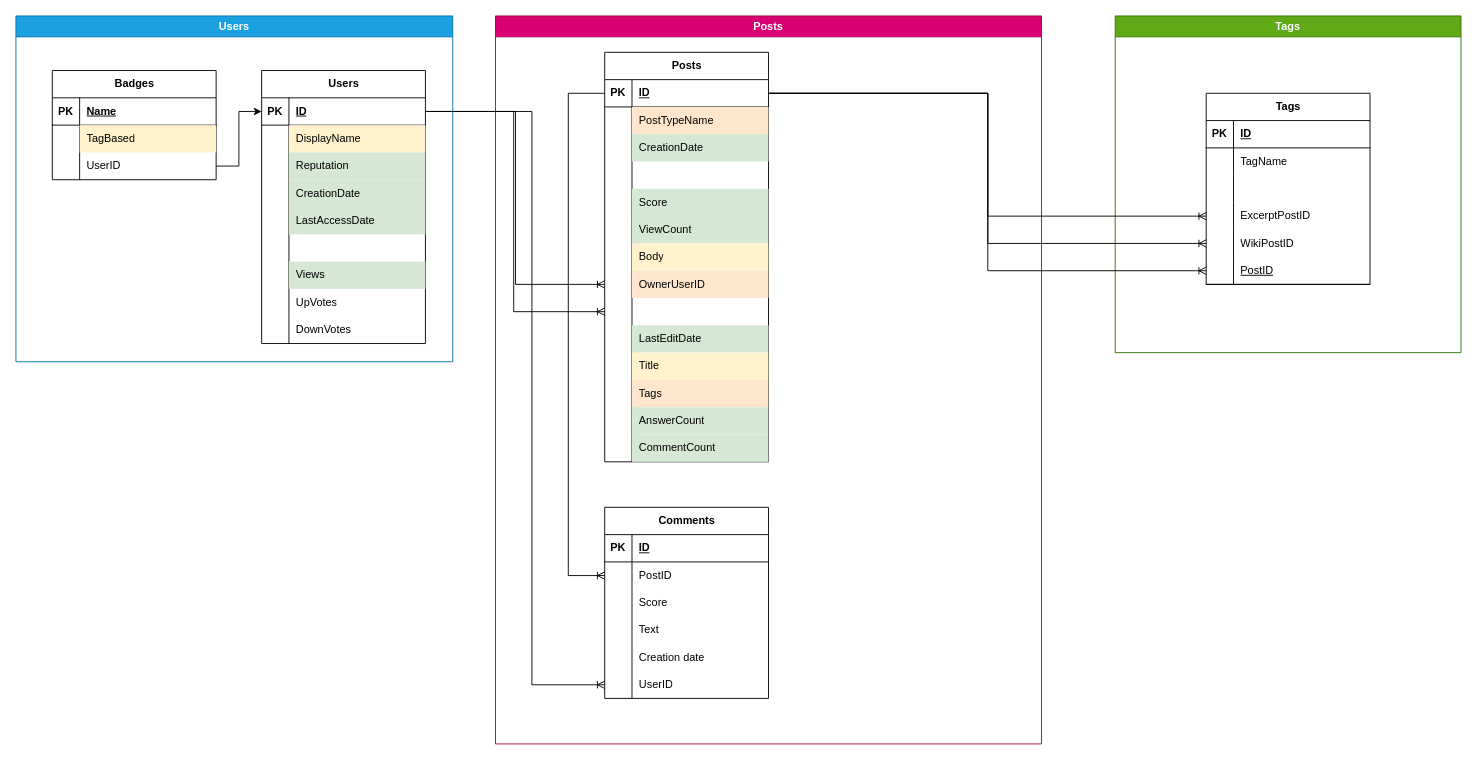
Above: DB.drawio in IvanovTD06/SP-01 (draw.io), before the change. Source tidied: cells renumbered, new cells numbered last; positions are measured from the earlier drawing's top-left corner, leaving out a move shared by most shapes. Both pictures are drawn from the tidied source at 91%, with x=0, y=0 at pixel (15, 15).
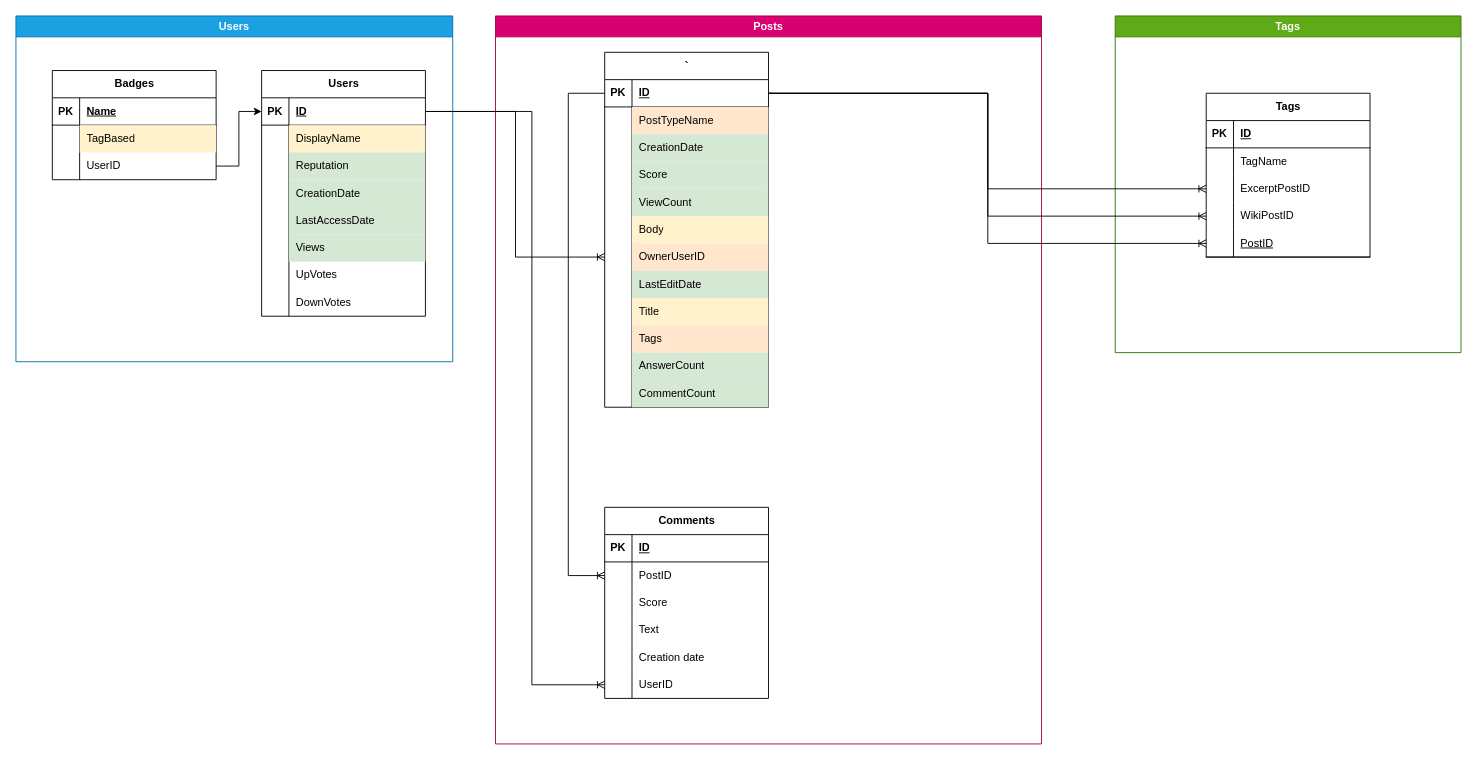
The same page after the edit.

Unchanged cells that the change refers to:
```xml
<mxCell id="2" value="Users" style="swimlane;whiteSpace=wrap;html=1;fillColor=#1ba1e2;fontColor=#ffffff;strokeColor=#006EAF;" parent="1" vertex="1">
  <mxGeometry width="480" height="380" as="geometry" />
</mxCell>
<mxCell id="4" style="shape=tableRow;horizontal=0;startSize=0;swimlaneHead=0;swimlaneBody=0;fillColor=none;points=[[0,0.5],[1,0.5]];portConstraint=eastwest;top=0;left=0;right=0;bottom=1;" parent="3" vertex="1">
  <mxGeometry y="30" width="180" height="30" as="geometry" />
</mxCell>
<mxCell id="42" value="Posts" style="swimlane;whiteSpace=wrap;html=1;fillColor=#d80073;fontColor=#ffffff;strokeColor=#A50040;" parent="1" vertex="1">
  <mxGeometry x="527" width="600" height="800" as="geometry" />
</mxCell>
<mxCell id="109" value="Tags" style="swimlane;whiteSpace=wrap;html=1;fillColor=#60a917;fontColor=#ffffff;strokeColor=#2D7600;" parent="1" vertex="1">
  <mxGeometry x="1208" width="380" height="370" as="geometry" />
</mxCell>
```

The edit, as a diff of the source:
```diff
@@
     <mxCell id="3" value="Users" style="shape=table;startSize=30;childLayout=tableLayout;rowLines=0;fontStyle=1;align=center;html=1;" parent="2" vertex="1">
-      <mxGeometry x="270" y="60" width="180" height="300" as="geometry" />
+      <mxGeometry x="270" y="60" width="180" height="270" as="geometry" />
     </mxCell>
@@
-    <mxCell id="19" style="shape=tableRow;horizontal=0;startSize=0;swimlaneHead=0;swimlaneBody=0;fillColor=none;top=0;left=0;right=0;bottom=0;" parent="3" vertex="1">
-      <mxGeometry y="180" width="180" height="30" as="geometry" />
-    </mxCell>
-    <mxCell id="20" style="shape=partialRectangle;fillColor=none;top=0;left=0;bottom=0;right=0;overflow=hidden;whiteSpace=wrap;html=1;" parent="19" vertex="1">
-      <mxGeometry width="30" height="30" as="geometry" />
-    </mxCell>
-    <mxCell id="21" style="shape=partialRectangle;fillColor=none;top=0;left=0;bottom=0;right=0;align=left;spacingLeft=6;overflow=hidden;whiteSpace=wrap;html=1;" parent="19" vertex="1">
-      <mxGeometry x="30" width="150" height="30" as="geometry" />
-    </mxCell>
     <mxCell id="22" style="shape=tableRow;horizontal=0;startSize=0;swimlaneHead=0;swimlaneBody=0;fillColor=none;top=0;left=0;right=0;bottom=0;" parent="3" vertex="1">
-      <mxGeometry y="210" width="180" height="30" as="geometry" />
+      <mxGeometry y="180" width="180" height="30" as="geometry" />
     </mxCell>
@@
     <mxCell id="25" style="shape=tableRow;horizontal=0;startSize=0;swimlaneHead=0;swimlaneBody=0;fillColor=none;top=0;left=0;right=0;bottom=0;" parent="3" vertex="1">
-      <mxGeometry y="240" width="180" height="30" as="geometry" />
+      <mxGeometry y="210" width="180" height="30" as="geometry" />
     </mxCell>
@@
     <mxCell id="28" style="shape=tableRow;horizontal=0;startSize=0;swimlaneHead=0;swimlaneBody=0;fillColor=none;top=0;left=0;right=0;bottom=0;" parent="3" vertex="1">
-      <mxGeometry y="270" width="180" height="30" as="geometry" />
+      <mxGeometry y="240" width="180" height="30" as="geometry" />
     </mxCell>
@@
-    <mxCell id="43" value="Posts" style="shape=table;startSize=30;childLayout=tableLayout;rowLines=0;fontStyle=1;align=center;html=1;" parent="42" vertex="1">
-      <mxGeometry x="120" y="40" width="180" height="450" as="geometry" />
+    <mxCell id="43" value="`" style="shape=table;startSize=30;childLayout=tableLayout;rowLines=0;fontStyle=1;align=center;html=1;" parent="42" vertex="1">
+      <mxGeometry x="120" y="40" width="180" height="390" as="geometry" />
     </mxCell>
@@
-    <mxCell id="53" style="shape=tableRow;horizontal=0;startSize=0;swimlaneHead=0;swimlaneBody=0;fillColor=none;top=0;left=0;right=0;bottom=0;" parent="43" vertex="1">
-      <mxGeometry y="120" width="180" height="30" as="geometry" />
-    </mxCell>
-    <mxCell id="54" style="shape=partialRectangle;fillColor=none;top=0;left=0;bottom=0;right=0;overflow=hidden;whiteSpace=wrap;html=1;" parent="53" vertex="1">
-      <mxGeometry width="30" height="30" as="geometry" />
-    </mxCell>
-    <mxCell id="55" style="shape=partialRectangle;fillColor=none;top=0;left=0;bottom=0;right=0;align=left;spacingLeft=6;overflow=hidden;whiteSpace=wrap;html=1;" parent="53" vertex="1">
-      <mxGeometry x="30" width="150" height="30" as="geometry" />
-    </mxCell>
     <mxCell id="56" style="shape=tableRow;horizontal=0;startSize=0;swimlaneHead=0;swimlaneBody=0;fillColor=none;top=0;left=0;right=0;bottom=0;" parent="43" vertex="1">
-      <mxGeometry y="150" width="180" height="30" as="geometry" />
+      <mxGeometry y="120" width="180" height="30" as="geometry" />
     </mxCell>
@@
     <mxCell id="59" style="shape=tableRow;horizontal=0;startSize=0;swimlaneHead=0;swimlaneBody=0;fillColor=none;top=0;left=0;right=0;bottom=0;" parent="43" vertex="1">
-      <mxGeometry y="180" width="180" height="30" as="geometry" />
+      <mxGeometry y="150" width="180" height="30" as="geometry" />
     </mxCell>
@@
     <mxCell id="62" style="shape=tableRow;horizontal=0;startSize=0;swimlaneHead=0;swimlaneBody=0;fillColor=none;top=0;left=0;right=0;bottom=0;" parent="43" vertex="1">
-      <mxGeometry y="210" width="180" height="30" as="geometry" />
+      <mxGeometry y="180" width="180" height="30" as="geometry" />
     </mxCell>
@@
     <mxCell id="65" style="shape=tableRow;horizontal=0;startSize=0;swimlaneHead=0;swimlaneBody=0;fillColor=none;points=[[0,0.5],[1,0.5]];portConstraint=eastwest;top=0;left=0;right=0;bottom=0;" parent="43" vertex="1">
-      <mxGeometry y="240" width="180" height="30" as="geometry" />
+      <mxGeometry y="210" width="180" height="30" as="geometry" />
     </mxCell>
@@
-    <mxCell id="68" style="shape=tableRow;horizontal=0;startSize=0;swimlaneHead=0;swimlaneBody=0;fillColor=none;points=[[0,0.5],[1,0.5]];portConstraint=eastwest;top=0;left=0;right=0;bottom=0;" parent="43" vertex="1">
-      <mxGeometry y="270" width="180" height="30" as="geometry" />
-    </mxCell>
-    <mxCell id="69" style="shape=partialRectangle;fillColor=none;top=0;left=0;bottom=0;right=0;overflow=hidden;whiteSpace=wrap;html=1;" parent="68" vertex="1">
-      <mxGeometry width="30" height="30" as="geometry" />
-    </mxCell>
-    <mxCell id="70" style="shape=partialRectangle;fillColor=none;top=0;left=0;bottom=0;right=0;align=left;spacingLeft=6;overflow=hidden;whiteSpace=wrap;html=1;" parent="68" vertex="1">
-      <mxGeometry x="30" width="150" height="30" as="geometry" />
-    </mxCell>
     <mxCell id="71" style="shape=tableRow;horizontal=0;startSize=0;swimlaneHead=0;swimlaneBody=0;fillColor=none;top=0;left=0;right=0;bottom=0;" parent="43" vertex="1">
-      <mxGeometry y="300" width="180" height="30" as="geometry" />
+      <mxGeometry y="240" width="180" height="30" as="geometry" />
     </mxCell>
@@
     <mxCell id="74" style="shape=tableRow;horizontal=0;startSize=0;swimlaneHead=0;swimlaneBody=0;fillColor=none;top=0;left=0;right=0;bottom=0;" parent="43" vertex="1">
-      <mxGeometry y="330" width="180" height="30" as="geometry" />
+      <mxGeometry y="270" width="180" height="30" as="geometry" />
     </mxCell>
@@
     <mxCell id="77" style="shape=tableRow;horizontal=0;startSize=0;swimlaneHead=0;swimlaneBody=0;fillColor=none;top=0;left=0;right=0;bottom=0;" parent="43" vertex="1">
-      <mxGeometry y="360" width="180" height="30" as="geometry" />
+      <mxGeometry y="300" width="180" height="30" as="geometry" />
     </mxCell>
@@
     <mxCell id="80" style="shape=tableRow;horizontal=0;startSize=0;swimlaneHead=0;swimlaneBody=0;fillColor=none;top=0;left=0;right=0;bottom=0;" parent="43" vertex="1">
-      <mxGeometry y="390" width="180" height="30" as="geometry" />
+      <mxGeometry y="330" width="180" height="30" as="geometry" />
     </mxCell>
@@
     <mxCell id="83" style="shape=tableRow;horizontal=0;startSize=0;swimlaneHead=0;swimlaneBody=0;fillColor=none;top=0;left=0;right=0;bottom=0;" parent="43" vertex="1">
-      <mxGeometry y="420" width="180" height="30" as="geometry" />
+      <mxGeometry y="360" width="180" height="30" as="geometry" />
     </mxCell>
@@
-    <mxCell id="107" style="edgeStyle=elbowEdgeStyle;fontSize=12;html=1;endArrow=ERoneToMany;rounded=0;exitX=1;exitY=0.5;exitDx=0;exitDy=0;entryX=0;entryY=0.5;entryDx=0;entryDy=0;" parent="1" edge="1" source="4" target="68">
-      <mxGeometry relative="1" as="geometry">
-        <Array as="points">
-          <mxPoint x="547" y="220" />
-        </Array>
-      </mxGeometry>
-    </mxCell>
@@
     <mxCell id="110" value="Tags" style="shape=table;startSize=30;childLayout=tableLayout;rowLines=0;fontStyle=1;align=center;html=1;" parent="109" vertex="1">
-      <mxGeometry x="100" y="85" width="180" height="210" as="geometry" />
+      <mxGeometry x="100" y="85" width="180" height="180" as="geometry" />
     </mxCell>
@@
-    <mxCell id="117" style="shape=tableRow;horizontal=0;startSize=0;swimlaneHead=0;swimlaneBody=0;fillColor=none;top=0;left=0;right=0;bottom=0;" parent="110" vertex="1">
-      <mxGeometry y="90" width="180" height="30" as="geometry" />
-    </mxCell>
-    <mxCell id="118" style="shape=partialRectangle;fillColor=none;top=0;left=0;bottom=0;right=0;overflow=hidden;whiteSpace=wrap;html=1;" parent="117" vertex="1">
-      <mxGeometry width="30" height="30" as="geometry" />
-    </mxCell>
-    <mxCell id="119" style="shape=partialRectangle;fillColor=none;top=0;left=0;bottom=0;right=0;align=left;spacingLeft=6;overflow=hidden;whiteSpace=wrap;html=1;" parent="117" vertex="1">
-      <mxGeometry x="30" width="150" height="30" as="geometry" />
-    </mxCell>
     <mxCell id="120" style="shape=tableRow;horizontal=0;startSize=0;swimlaneHead=0;swimlaneBody=0;fillColor=none;points=[[0,0.5],[1,0.5]];portConstraint=eastwest;top=0;left=0;right=0;bottom=0;" parent="110" vertex="1">
-      <mxGeometry y="120" width="180" height="30" as="geometry" />
+      <mxGeometry y="90" width="180" height="30" as="geometry" />
     </mxCell>
@@
     <mxCell id="123" style="shape=tableRow;horizontal=0;startSize=0;swimlaneHead=0;swimlaneBody=0;fillColor=none;points=[[0,0.5],[1,0.5]];portConstraint=eastwest;top=0;left=0;right=0;bottom=0;" parent="110" vertex="1">
-      <mxGeometry y="150" width="180" height="30" as="geometry" />
+      <mxGeometry y="120" width="180" height="30" as="geometry" />
     </mxCell>
@@
     <mxCell id="126" style="shape=tableRow;horizontal=0;startSize=0;swimlaneHead=0;swimlaneBody=0;fillColor=none;points=[[0,0.5],[1,0.5]];portConstraint=eastwest;top=0;left=0;right=0;bottom=1;" parent="110" vertex="1">
-      <mxGeometry y="180" width="180" height="30" as="geometry" />
+      <mxGeometry y="150" width="180" height="30" as="geometry" />
     </mxCell>
```
